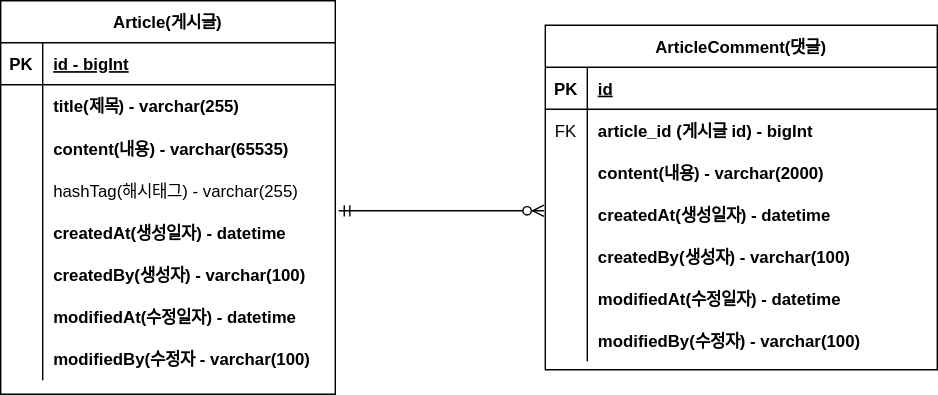
Earlier version of the draw.io export document/project-board-erd.svg (JongMinCh0i/noticeboard). Source tidied: cells renumbered, new cells last; positions are measured from the earlier drawing's top-left corner, leaving out a move shared by most shapes. Its diagram source:
```xml
<mxGraphModel>
  <root>
    <mxCell id="0" />
    <mxCell id="1" parent="0" />
    <mxCell id="2" value="Article(게시글)" style="shape=table;startSize=30;rowLines=0;fontStyle=1;align=center;" parent="1" vertex="1">
      <mxGeometry width="239" height="281" as="geometry" />
    </mxCell>
    <mxCell id="3" style="shape=tableRow;horizontal=0;startSize=0;swimlaneHead=0;swimlaneBody=0;fillColor=none;top=0;left=0;right=0;bottom=1;" parent="2" vertex="1">
      <mxGeometry y="30" width="239" height="30" as="geometry" />
    </mxCell>
    <mxCell id="4" value="PK" style="shape=partialRectangle;fillColor=none;top=0;left=0;bottom=0;right=0;fontStyle=1;overflow=hidden;" parent="3" vertex="1">
      <mxGeometry width="30" height="30" as="geometry" />
    </mxCell>
    <mxCell id="5" value="id - bigInt" style="shape=partialRectangle;fillColor=none;top=0;left=0;bottom=0;right=0;align=left;spacingLeft=6;fontStyle=5;overflow=hidden;" parent="3" vertex="1">
      <mxGeometry x="30" width="209" height="30" as="geometry" />
    </mxCell>
    <mxCell id="6" style="shape=tableRow;horizontal=0;startSize=0;swimlaneHead=0;swimlaneBody=0;fillColor=none;top=0;left=0;right=0;bottom=0;" parent="2" vertex="1">
      <mxGeometry y="60" width="239" height="30" as="geometry" />
    </mxCell>
    <mxCell id="7" style="shape=partialRectangle;fillColor=none;top=0;left=0;bottom=0;right=0;overflow=hidden;" parent="6" vertex="1">
      <mxGeometry width="30" height="30" as="geometry" />
    </mxCell>
    <mxCell id="8" value="title(제목) - varchar(255)" style="shape=partialRectangle;fillColor=none;top=0;left=0;bottom=0;right=0;align=left;spacingLeft=6;overflow=hidden;fontStyle=1;" parent="6" vertex="1">
      <mxGeometry x="30" width="209" height="30" as="geometry" />
    </mxCell>
    <mxCell id="9" style="shape=tableRow;horizontal=0;startSize=0;swimlaneHead=0;swimlaneBody=0;fillColor=none;top=0;left=0;right=0;bottom=0;" parent="2" vertex="1">
      <mxGeometry y="90" width="239" height="31" as="geometry" />
    </mxCell>
    <mxCell id="10" style="shape=partialRectangle;fillColor=none;top=0;left=0;bottom=0;right=0;overflow=hidden;" parent="9" vertex="1">
      <mxGeometry width="30" height="31" as="geometry" />
    </mxCell>
    <mxCell id="11" value="content(내용) - varchar(65535)" style="shape=partialRectangle;fillColor=none;top=0;left=0;bottom=0;right=0;align=left;spacingLeft=6;overflow=hidden;fontStyle=1;" parent="9" vertex="1">
      <mxGeometry x="30" width="209" height="31" as="geometry" />
    </mxCell>
    <mxCell id="12" style="shape=tableRow;horizontal=0;startSize=0;swimlaneHead=0;swimlaneBody=0;fillColor=none;points=[[0,0.5],[1,0.5]];portConstraint=eastwest;top=0;left=0;right=0;bottom=0;" parent="2" vertex="1">
      <mxGeometry y="121" width="239" height="30" as="geometry" />
    </mxCell>
    <mxCell id="13" style="shape=partialRectangle;fillColor=none;top=0;left=0;bottom=0;right=0;overflow=hidden;" parent="12" vertex="1">
      <mxGeometry width="30" height="30" as="geometry" />
    </mxCell>
    <mxCell id="14" value="hashTag(해시태그) - varchar(255)" style="shape=partialRectangle;fillColor=none;top=0;left=0;bottom=0;right=0;align=left;spacingLeft=6;overflow=hidden;" parent="12" vertex="1">
      <mxGeometry x="30" width="209" height="30" as="geometry" />
    </mxCell>
    <mxCell id="15" style="shape=tableRow;horizontal=0;startSize=0;swimlaneHead=0;swimlaneBody=0;fillColor=none;top=0;left=0;right=0;bottom=0;" parent="2" vertex="1">
      <mxGeometry y="151" width="239" height="30" as="geometry" />
    </mxCell>
    <mxCell id="16" style="shape=partialRectangle;fillColor=none;top=0;left=0;bottom=0;right=0;overflow=hidden;" parent="15" vertex="1">
      <mxGeometry width="30" height="30" as="geometry" />
    </mxCell>
    <mxCell id="17" value="createdAt(생성일자) - datetime" style="shape=partialRectangle;fillColor=none;top=0;left=0;bottom=0;right=0;align=left;spacingLeft=6;overflow=hidden;fontStyle=1;" parent="15" vertex="1">
      <mxGeometry x="30" width="209" height="30" as="geometry" />
    </mxCell>
    <mxCell id="18" style="shape=tableRow;horizontal=0;startSize=0;swimlaneHead=0;swimlaneBody=0;fillColor=none;top=0;left=0;right=0;bottom=0;" parent="2" vertex="1">
      <mxGeometry y="181" width="239" height="30" as="geometry" />
    </mxCell>
    <mxCell id="19" style="shape=partialRectangle;fillColor=none;top=0;left=0;bottom=0;right=0;overflow=hidden;" parent="18" vertex="1">
      <mxGeometry width="30" height="30" as="geometry" />
    </mxCell>
    <mxCell id="20" value="createdBy(생성자) - varchar(100)" style="shape=partialRectangle;fillColor=none;top=0;left=0;bottom=0;right=0;align=left;spacingLeft=6;overflow=hidden;fontStyle=1;" parent="18" vertex="1">
      <mxGeometry x="30" width="209" height="30" as="geometry" />
    </mxCell>
    <mxCell id="21" style="shape=tableRow;horizontal=0;startSize=0;swimlaneHead=0;swimlaneBody=0;fillColor=none;top=0;left=0;right=0;bottom=0;" parent="2" vertex="1">
      <mxGeometry y="211" width="239" height="30" as="geometry" />
    </mxCell>
    <mxCell id="22" style="shape=partialRectangle;fillColor=none;top=0;left=0;bottom=0;right=0;overflow=hidden;" parent="21" vertex="1">
      <mxGeometry width="30" height="30" as="geometry" />
    </mxCell>
    <mxCell id="23" value="modifiedAt(수정일자) - datetime" style="shape=partialRectangle;fillColor=none;top=0;left=0;bottom=0;right=0;align=left;spacingLeft=6;overflow=hidden;fontStyle=1;" parent="21" vertex="1">
      <mxGeometry x="30" width="209" height="30" as="geometry" />
    </mxCell>
    <mxCell id="24" style="shape=tableRow;horizontal=0;startSize=0;swimlaneHead=0;swimlaneBody=0;fillColor=none;top=0;left=0;right=0;bottom=0;" parent="2" vertex="1">
      <mxGeometry y="241" width="239" height="30" as="geometry" />
    </mxCell>
    <mxCell id="25" style="shape=partialRectangle;fillColor=none;top=0;left=0;bottom=0;right=0;overflow=hidden;" parent="24" vertex="1">
      <mxGeometry width="30" height="30" as="geometry" />
    </mxCell>
    <mxCell id="26" value="modifiedBy(수정자 - varchar(100)" style="shape=partialRectangle;fillColor=none;top=0;left=0;bottom=0;right=0;align=left;spacingLeft=6;overflow=hidden;fontStyle=1;" parent="24" vertex="1">
      <mxGeometry x="30" width="209" height="30" as="geometry" />
    </mxCell>
    <mxCell id="27" value="ArticleComment(댓글)" style="shape=table;startSize=30;rowLines=0;fontStyle=1;align=center;" parent="1" vertex="1">
      <mxGeometry x="389" y="17.5" width="280" height="246" as="geometry" />
    </mxCell>
    <mxCell id="28" style="shape=tableRow;horizontal=0;startSize=0;swimlaneHead=0;swimlaneBody=0;fillColor=none;top=0;left=0;right=0;bottom=1;" parent="27" vertex="1">
      <mxGeometry y="30" width="280" height="30" as="geometry" />
    </mxCell>
    <mxCell id="29" value="PK" style="shape=partialRectangle;fillColor=none;top=0;left=0;bottom=0;right=0;fontStyle=1;overflow=hidden;" parent="28" vertex="1">
      <mxGeometry width="30" height="30" as="geometry" />
    </mxCell>
    <mxCell id="30" value="id" style="shape=partialRectangle;fillColor=none;top=0;left=0;bottom=0;right=0;align=left;spacingLeft=6;fontStyle=5;overflow=hidden;" parent="28" vertex="1">
      <mxGeometry x="30" width="250" height="30" as="geometry" />
    </mxCell>
    <mxCell id="31" style="shape=tableRow;horizontal=0;startSize=0;swimlaneHead=0;swimlaneBody=0;fillColor=none;top=0;left=0;right=0;bottom=0;" parent="27" vertex="1">
      <mxGeometry y="60" width="280" height="30" as="geometry" />
    </mxCell>
    <mxCell id="32" value="FK" style="shape=partialRectangle;fillColor=none;top=0;left=0;bottom=0;right=0;overflow=hidden;" parent="31" vertex="1">
      <mxGeometry width="30" height="30" as="geometry" />
    </mxCell>
    <mxCell id="33" value="article_id (게시글 id) - bigInt" style="shape=partialRectangle;fillColor=none;top=0;left=0;bottom=0;right=0;align=left;spacingLeft=6;overflow=hidden;fontStyle=1;" parent="31" vertex="1">
      <mxGeometry x="30" width="250" height="30" as="geometry" />
    </mxCell>
    <mxCell id="34" style="shape=tableRow;horizontal=0;startSize=0;swimlaneHead=0;swimlaneBody=0;fillColor=none;top=0;left=0;right=0;bottom=0;" parent="27" vertex="1">
      <mxGeometry y="90" width="280" height="30" as="geometry" />
    </mxCell>
    <mxCell id="35" style="shape=partialRectangle;fillColor=none;top=0;left=0;bottom=0;right=0;overflow=hidden;" parent="34" vertex="1">
      <mxGeometry width="30" height="30" as="geometry" />
    </mxCell>
    <mxCell id="36" value="content(내용) - varchar(2000)" style="shape=partialRectangle;fillColor=none;top=0;left=0;bottom=0;right=0;align=left;spacingLeft=6;overflow=hidden;fontStyle=1;" parent="34" vertex="1">
      <mxGeometry x="30" width="250" height="30" as="geometry" />
    </mxCell>
    <mxCell id="37" style="shape=tableRow;horizontal=0;startSize=0;swimlaneHead=0;swimlaneBody=0;fillColor=none;top=0;left=0;right=0;bottom=0;" parent="27" vertex="1">
      <mxGeometry y="120" width="280" height="30" as="geometry" />
    </mxCell>
    <mxCell id="38" style="shape=partialRectangle;fillColor=none;top=0;left=0;bottom=0;right=0;overflow=hidden;" parent="37" vertex="1">
      <mxGeometry width="30" height="30" as="geometry" />
    </mxCell>
    <mxCell id="39" value="createdAt(생성일자) - datetime" style="shape=partialRectangle;fillColor=none;top=0;left=0;bottom=0;right=0;align=left;spacingLeft=6;overflow=hidden;fontStyle=1;" parent="37" vertex="1">
      <mxGeometry x="30" width="250" height="30" as="geometry" />
    </mxCell>
    <mxCell id="40" style="shape=tableRow;horizontal=0;startSize=0;swimlaneHead=0;swimlaneBody=0;fillColor=none;top=0;left=0;right=0;bottom=0;" parent="27" vertex="1">
      <mxGeometry y="150" width="280" height="30" as="geometry" />
    </mxCell>
    <mxCell id="41" style="shape=partialRectangle;fillColor=none;top=0;left=0;bottom=0;right=0;overflow=hidden;" parent="40" vertex="1">
      <mxGeometry width="30" height="30" as="geometry" />
    </mxCell>
    <mxCell id="42" value="createdBy(생성자) - varchar(100)" style="shape=partialRectangle;fillColor=none;top=0;left=0;bottom=0;right=0;align=left;spacingLeft=6;overflow=hidden;fontStyle=1;" parent="40" vertex="1">
      <mxGeometry x="30" width="250" height="30" as="geometry" />
    </mxCell>
    <mxCell id="43" style="shape=tableRow;horizontal=0;startSize=0;swimlaneHead=0;swimlaneBody=0;fillColor=none;top=0;left=0;right=0;bottom=0;" parent="27" vertex="1">
      <mxGeometry y="180" width="280" height="30" as="geometry" />
    </mxCell>
    <mxCell id="44" style="shape=partialRectangle;fillColor=none;top=0;left=0;bottom=0;right=0;overflow=hidden;" parent="43" vertex="1">
      <mxGeometry width="30" height="30" as="geometry" />
    </mxCell>
    <mxCell id="45" value="modifiedAt(수정일자) - datetime" style="shape=partialRectangle;fillColor=none;top=0;left=0;bottom=0;right=0;align=left;spacingLeft=6;overflow=hidden;fontStyle=1;" parent="43" vertex="1">
      <mxGeometry x="30" width="250" height="30" as="geometry" />
    </mxCell>
    <mxCell id="46" style="shape=tableRow;horizontal=0;startSize=0;swimlaneHead=0;swimlaneBody=0;fillColor=none;top=0;left=0;right=0;bottom=0;" parent="27" vertex="1">
      <mxGeometry y="210" width="280" height="30" as="geometry" />
    </mxCell>
    <mxCell id="47" style="shape=partialRectangle;fillColor=none;top=0;left=0;bottom=0;right=0;overflow=hidden;" parent="46" vertex="1">
      <mxGeometry width="30" height="30" as="geometry" />
    </mxCell>
    <mxCell id="48" value="modifiedBy(수정자) - varchar(100)" style="shape=partialRectangle;fillColor=none;top=0;left=0;bottom=0;right=0;align=left;spacingLeft=6;overflow=hidden;fontStyle=1;" parent="46" vertex="1">
      <mxGeometry x="30" width="250" height="30" as="geometry" />
    </mxCell>
    <mxCell id="49" style="edgeStyle=entityRelationEdgeStyle;fontSize=12;html=1;endArrow=ERzeroToMany;startArrow=ERmandOne;rounded=0;exitX=1.01;exitY=0.967;exitDx=0;exitDy=0;exitPerimeter=0;" parent="1" edge="1" source="12">
      <mxGeometry relative="1" as="geometry">
        <mxPoint x="388" y="150" as="targetPoint" />
      </mxGeometry>
    </mxCell>
  </root>
</mxGraphModel>
```
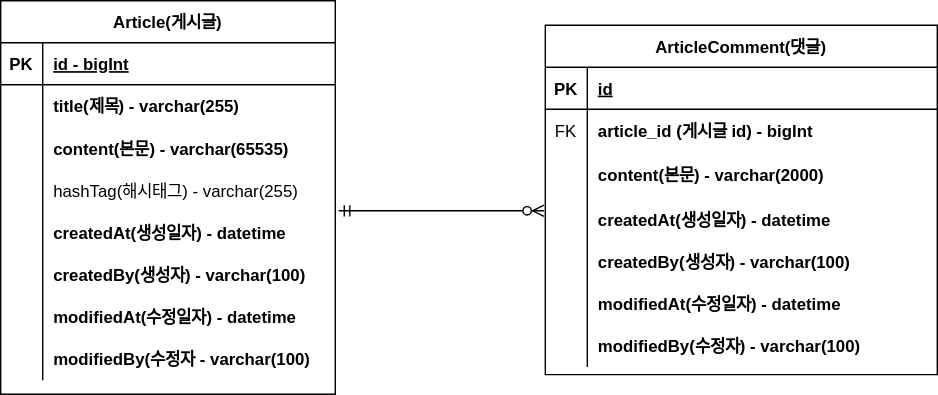
After the change.

Commit message:
#8 - ERD 주석 업데이트 - project-board-erd.svg

The edit, as a diff of the source:
```diff
@@ -29,7 +29,7 @@
     <mxCell id="10" style="shape=partialRectangle;fillColor=none;top=0;left=0;bottom=0;right=0;overflow=hidden;" parent="9" vertex="1">
       <mxGeometry width="30" height="31" as="geometry" />
     </mxCell>
-    <mxCell id="11" value="content(내용) - varchar(65535)" style="shape=partialRectangle;fillColor=none;top=0;left=0;bottom=0;right=0;align=left;spacingLeft=6;overflow=hidden;fontStyle=1;" parent="9" vertex="1">
+    <mxCell id="11" value="content(본문) - varchar(65535)" style="shape=partialRectangle;fillColor=none;top=0;left=0;bottom=0;right=0;align=left;spacingLeft=6;overflow=hidden;fontStyle=1;" parent="9" vertex="1">
       <mxGeometry x="30" width="209" height="31" as="geometry" />
     </mxCell>
     <mxCell id="12" style="shape=tableRow;horizontal=0;startSize=0;swimlaneHead=0;swimlaneBody=0;fillColor=none;points=[[0,0.5],[1,0.5]];portConstraint=eastwest;top=0;left=0;right=0;bottom=0;" parent="2" vertex="1">
@@ -78,7 +78,7 @@
       <mxGeometry x="30" width="209" height="30" as="geometry" />
     </mxCell>
     <mxCell id="27" value="ArticleComment(댓글)" style="shape=table;startSize=30;rowLines=0;fontStyle=1;align=center;" parent="1" vertex="1">
-      <mxGeometry x="389" y="17.5" width="280" height="246" as="geometry" />
+      <mxGeometry x="389" y="17.5" width="280" height="249.5" as="geometry" />
     </mxCell>
     <mxCell id="28" style="shape=tableRow;horizontal=0;startSize=0;swimlaneHead=0;swimlaneBody=0;fillColor=none;top=0;left=0;right=0;bottom=1;" parent="27" vertex="1">
       <mxGeometry y="30" width="280" height="30" as="geometry" />
@@ -99,16 +99,16 @@
       <mxGeometry x="30" width="250" height="30" as="geometry" />
     </mxCell>
     <mxCell id="34" style="shape=tableRow;horizontal=0;startSize=0;swimlaneHead=0;swimlaneBody=0;fillColor=none;top=0;left=0;right=0;bottom=0;" parent="27" vertex="1">
-      <mxGeometry y="90" width="280" height="30" as="geometry" />
+      <mxGeometry y="90" width="280" height="34" as="geometry" />
     </mxCell>
     <mxCell id="35" style="shape=partialRectangle;fillColor=none;top=0;left=0;bottom=0;right=0;overflow=hidden;" parent="34" vertex="1">
-      <mxGeometry width="30" height="30" as="geometry" />
+      <mxGeometry width="30" height="34" as="geometry" />
     </mxCell>
-    <mxCell id="36" value="content(내용) - varchar(2000)" style="shape=partialRectangle;fillColor=none;top=0;left=0;bottom=0;right=0;align=left;spacingLeft=6;overflow=hidden;fontStyle=1;" parent="34" vertex="1">
-      <mxGeometry x="30" width="250" height="30" as="geometry" />
+    <mxCell id="36" value="content(본문) - varchar(2000)" style="shape=partialRectangle;fillColor=none;top=0;left=0;bottom=0;right=0;align=left;spacingLeft=6;overflow=hidden;fontStyle=1;" parent="34" vertex="1">
+      <mxGeometry x="30" width="250" height="34" as="geometry" />
     </mxCell>
     <mxCell id="37" style="shape=tableRow;horizontal=0;startSize=0;swimlaneHead=0;swimlaneBody=0;fillColor=none;top=0;left=0;right=0;bottom=0;" parent="27" vertex="1">
-      <mxGeometry y="120" width="280" height="30" as="geometry" />
+      <mxGeometry y="124" width="280" height="30" as="geometry" />
     </mxCell>
     <mxCell id="38" style="shape=partialRectangle;fillColor=none;top=0;left=0;bottom=0;right=0;overflow=hidden;" parent="37" vertex="1">
       <mxGeometry width="30" height="30" as="geometry" />
@@ -117,7 +117,7 @@
       <mxGeometry x="30" width="250" height="30" as="geometry" />
     </mxCell>
     <mxCell id="40" style="shape=tableRow;horizontal=0;startSize=0;swimlaneHead=0;swimlaneBody=0;fillColor=none;top=0;left=0;right=0;bottom=0;" parent="27" vertex="1">
-      <mxGeometry y="150" width="280" height="30" as="geometry" />
+      <mxGeometry y="154" width="280" height="30" as="geometry" />
     </mxCell>
     <mxCell id="41" style="shape=partialRectangle;fillColor=none;top=0;left=0;bottom=0;right=0;overflow=hidden;" parent="40" vertex="1">
       <mxGeometry width="30" height="30" as="geometry" />
@@ -126,7 +126,7 @@
       <mxGeometry x="30" width="250" height="30" as="geometry" />
     </mxCell>
     <mxCell id="43" style="shape=tableRow;horizontal=0;startSize=0;swimlaneHead=0;swimlaneBody=0;fillColor=none;top=0;left=0;right=0;bottom=0;" parent="27" vertex="1">
-      <mxGeometry y="180" width="280" height="30" as="geometry" />
+      <mxGeometry y="184" width="280" height="30" as="geometry" />
     </mxCell>
     <mxCell id="44" style="shape=partialRectangle;fillColor=none;top=0;left=0;bottom=0;right=0;overflow=hidden;" parent="43" vertex="1">
       <mxGeometry width="30" height="30" as="geometry" />
@@ -135,7 +135,7 @@
       <mxGeometry x="30" width="250" height="30" as="geometry" />
     </mxCell>
     <mxCell id="46" style="shape=tableRow;horizontal=0;startSize=0;swimlaneHead=0;swimlaneBody=0;fillColor=none;top=0;left=0;right=0;bottom=0;" parent="27" vertex="1">
-      <mxGeometry y="210" width="280" height="30" as="geometry" />
+      <mxGeometry y="214" width="280" height="30" as="geometry" />
     </mxCell>
     <mxCell id="47" style="shape=partialRectangle;fillColor=none;top=0;left=0;bottom=0;right=0;overflow=hidden;" parent="46" vertex="1">
       <mxGeometry width="30" height="30" as="geometry" />
```
